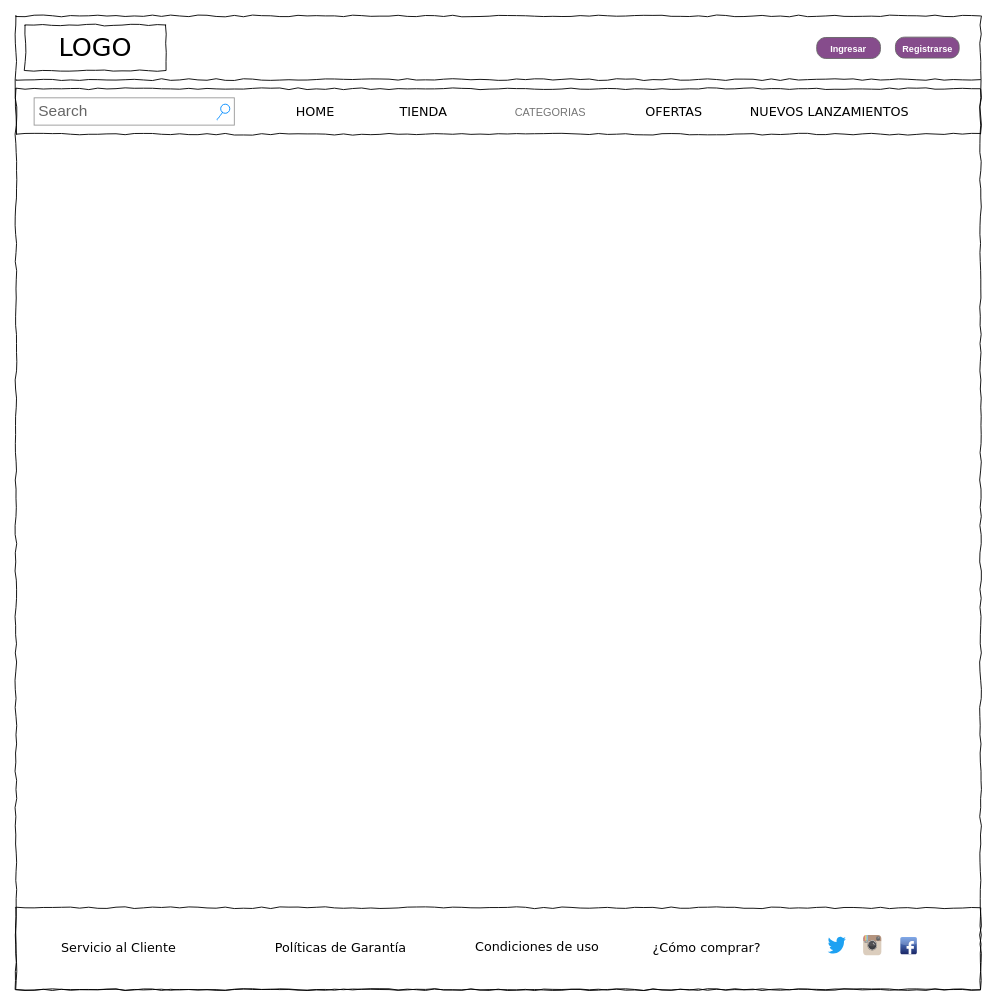
maximilianozurita/SMG keeps this draw.io diagram as page "Register/Log/Modificación" (3 of 8) of Esquemas (Wireframes-Modelo de dominio)/Wireframes SMG.drawio. Above is the earlier version. Source tidied: cells renumbered, new cells numbered last; positions are measured from the earlier drawing's top-left corner, leaving out a move shared by most shapes. Both pictures are drawn from the tidied source at 91%, with x=0, y=0 at pixel (15, 15).
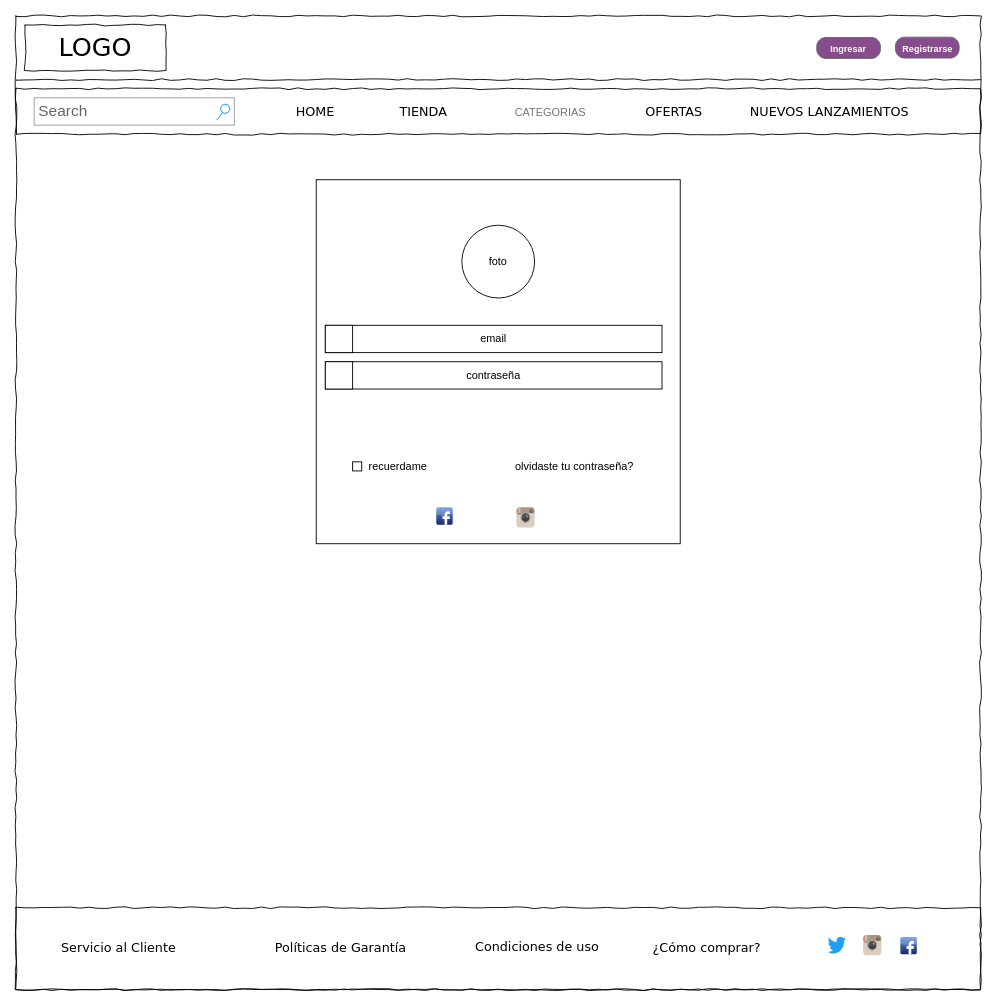
After the change.

Diff of the diagram source:
```diff
@@
+    <mxCell id="22" style="whiteSpace=wrap;html=1;" parent="1" vertex="1">
+      <mxGeometry x="330" y="180" width="400" height="400" as="geometry" />
+    </mxCell>
+    <mxCell id="23" value="foto" style="ellipse;whiteSpace=wrap;html=1;" parent="1" vertex="1">
+      <mxGeometry x="490" y="230" width="80" height="80" as="geometry" />
+    </mxCell>
+    <mxCell id="24" value="email" style="rounded=0;whiteSpace=wrap;html=1;" parent="1" vertex="1">
+      <mxGeometry x="340" y="340" width="370" height="30" as="geometry" />
+    </mxCell>
+    <mxCell id="25" value="contraseña" style="rounded=0;whiteSpace=wrap;html=1;" parent="1" vertex="1">
+      <mxGeometry x="340" y="380" width="370" height="30" as="geometry" />
+    </mxCell>
+    <mxCell id="26" style="whiteSpace=wrap;html=1;" parent="1" vertex="1">
+      <mxGeometry x="340" y="340" width="30" height="30" as="geometry" />
+    </mxCell>
+    <mxCell id="27" style="whiteSpace=wrap;html=1;" parent="1" vertex="1">
+      <mxGeometry x="340" y="380" width="30" height="30" as="geometry" />
+    </mxCell>
+    <mxCell id="28" value="recuerdame" style="text;html=1;strokeColor=none;fillColor=none;align=center;verticalAlign=middle;whiteSpace=wrap;rounded=0;" parent="1" vertex="1">
+      <mxGeometry x="370" y="480" width="100" height="30" as="geometry" />
+    </mxCell>
+    <mxCell id="29" style="whiteSpace=wrap;html=1;" parent="1" vertex="1">
+      <mxGeometry x="370" y="490" width="10" height="10" as="geometry" />
+    </mxCell>
+    <mxCell id="30" value="olvidaste tu contraseña?" style="text;html=1;strokeColor=none;fillColor=none;align=center;verticalAlign=middle;whiteSpace=wrap;rounded=0;" parent="1" vertex="1">
+      <mxGeometry x="510" y="480" width="207.8" height="30" as="geometry" />
+    </mxCell>
+    <mxCell id="31" style="dashed=0;html=1;align=center;labelPosition=center;verticalLabelPosition=bottom;verticalAlign=top;shape=mxgraph.webicons.facebook;fillColor=#6294E4;gradientColor=#1A2665;rounded=0;shadow=0;glass=0;sketch=0;" parent="1" vertex="1">
+      <mxGeometry x="461.9" y="540" width="18.1" height="19.1" as="geometry" />
+    </mxCell>
+    <mxCell id="32" style="dashed=0;html=1;align=center;labelPosition=center;verticalLabelPosition=bottom;verticalAlign=top;shape=mxgraph.weblogos.instagram;fillColor=#6FC0E4;gradientColor=#1E305B;rounded=0;shadow=0;glass=0;sketch=0;" parent="1" vertex="1">
+      <mxGeometry x="550" y="540" width="20" height="22.2" as="geometry" />
+    </mxCell>
```
